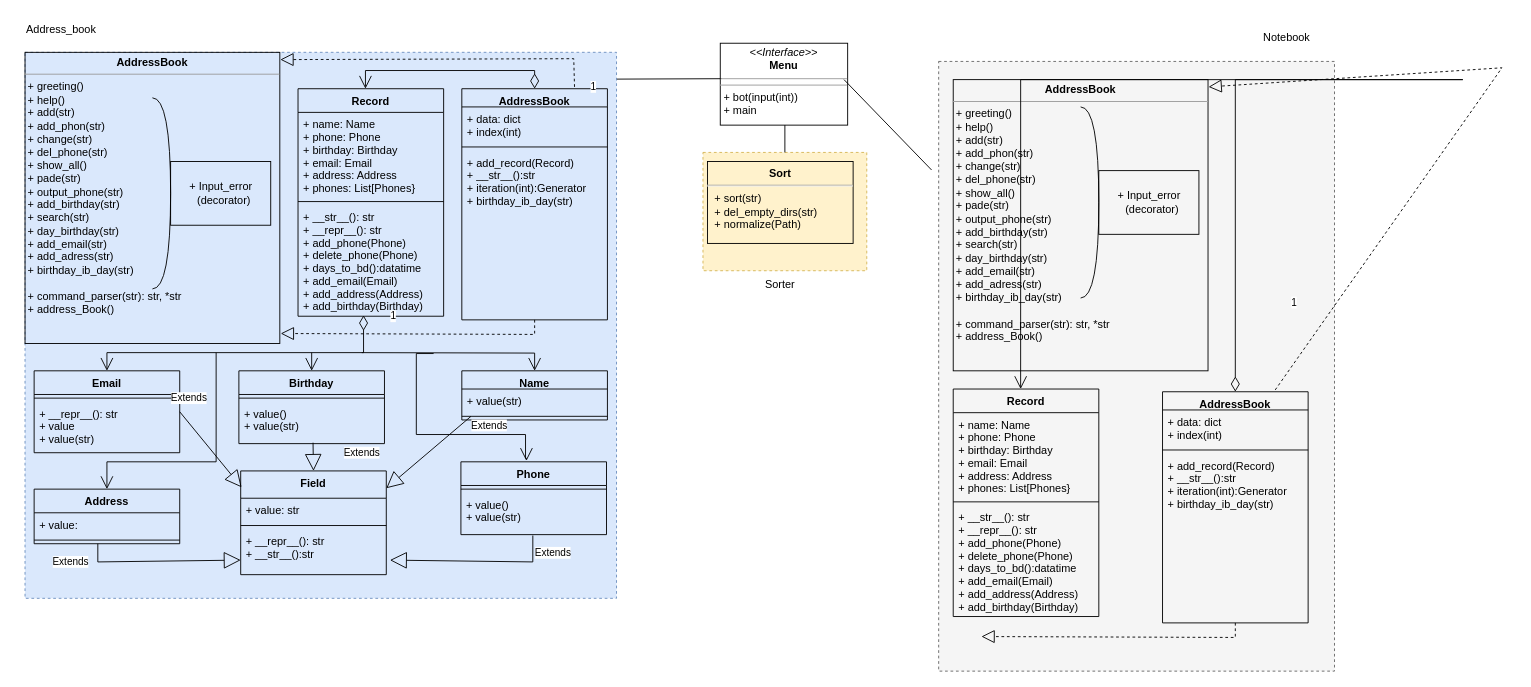
Before: Диаграмма без названия.drawio in shevtania/Project, a draw.io diagram. Source tidied: cells renumbered, new cells numbered last; positions are measured from the earlier drawing's top-left corner, leaving out a move shared by most shapes. Both pictures are drawn from the tidied source at 91%, with x=0, y=0 at pixel (25, 15).
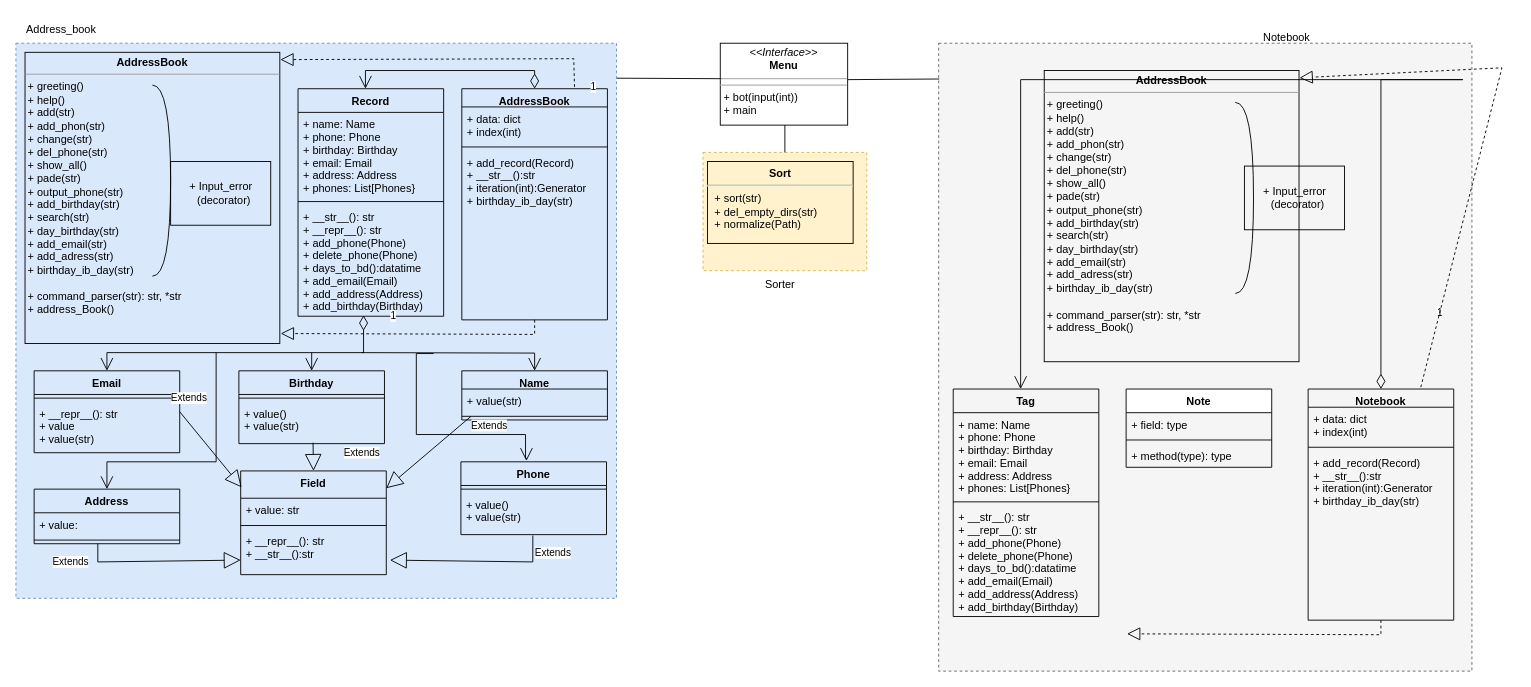
The same page after the edit.

The change refers to these unchanged cells:
```xml
<mxCell id="2" value="&lt;p style=&quot;margin:0px;margin-top:4px;text-align:center;&quot;&gt;&lt;i&gt;&amp;lt;&amp;lt;Interface&amp;gt;&amp;gt;&lt;/i&gt;&lt;br&gt;&lt;b&gt;Menu&lt;/b&gt;&lt;br&gt;&lt;/p&gt;&lt;hr size=&quot;1&quot;&gt;&lt;hr size=&quot;1&quot;&gt;&lt;p style=&quot;margin:0px;margin-left:4px;&quot;&gt;+ bot(input(int))&lt;br&gt;+ main&lt;br&gt;&lt;/p&gt;" style="verticalAlign=top;align=left;overflow=fill;fontSize=12;fontFamily=Helvetica;html=1;" parent="1" vertex="1">
  <mxGeometry x="764" y="30" width="140" height="90" as="geometry" />
</mxCell>
```

The edit, as a diff of the source:
```diff
@@
     <mxCell id="4" style="html=1;dashed=1;fillColor=#f5f5f5;fontColor=#333333;strokeColor=#666666;" parent="1" vertex="1">
-      <mxGeometry x="1004" y="50" width="435" height="670" as="geometry" />
+      <mxGeometry x="1004" y="30" width="586" height="690" as="geometry" />
     </mxCell>
@@
-    <mxCell id="6" style="endArrow=none;html=1;rounded=0;entryX=0.007;entryY=0.433;entryDx=0;entryDy=0;entryPerimeter=0;" parent="1" edge="1" target="2">
-      <mxGeometry relative="1" as="geometry">
-        <mxPoint x="510" y="70" as="sourcePoint" />
-      </mxGeometry>
+    <mxCell id="6" style="endArrow=none;html=1;rounded=0;entryX=0.007;entryY=0.433;entryDx=0;entryDy=0;entryPerimeter=0;exitX=0.999;exitY=0.063;exitDx=0;exitDy=0;exitPerimeter=0;" parent="1" edge="1" source="8" target="2">
+      <mxGeometry relative="1" as="geometry" />
     </mxCell>
-    <mxCell id="7" style="endArrow=none;html=1;rounded=0;entryX=-0.018;entryY=0.178;entryDx=0;entryDy=0;entryPerimeter=0;" parent="1" edge="1" target="4">
-      <mxGeometry relative="1" as="geometry">
-        <mxPoint x="900" y="70" as="sourcePoint" />
-      </mxGeometry>
-    </mxCell>
     <mxCell id="8" style="rounded=0;whiteSpace=wrap;html=1;dashed=1;fillColor=#dae8fc;strokeColor=#6c8ebf;" parent="1" vertex="1">
-      <mxGeometry y="40" width="650" height="600" as="geometry" />
+      <mxGeometry x="-10" y="30" width="660" height="610" as="geometry" />
     </mxCell>
@@
     <mxCell id="12" style="shape=requiredInterface;html=1;verticalLabelPosition=bottom;sketch=0;fillColor=none;" parent="1" vertex="1">
-      <mxGeometry x="140" y="90" width="20" height="210" as="geometry" />
+      <mxGeometry x="140" y="76" width="20" height="210" as="geometry" />
     </mxCell>
@@
     <mxCell id="55" value="&lt;p style=&quot;margin:0px;margin-top:4px;text-align:center;&quot;&gt;&lt;b&gt;AddressBook&lt;/b&gt;&lt;br&gt;&lt;/p&gt;&lt;hr size=&quot;1&quot;&gt;&lt;div&gt;&amp;nbsp;+ greeting()&lt;/div&gt;&lt;div&gt;&amp;nbsp;+ help()&lt;/div&gt;&lt;div&gt;&amp;nbsp;+ add(str)&lt;/div&gt;&lt;div&gt;&amp;nbsp;+ add_phon(str)&lt;/div&gt;&lt;div&gt;&amp;nbsp;+ change(str)&lt;/div&gt;&lt;div&gt;&amp;nbsp;+ del_phone(str)&lt;/div&gt;&lt;div&gt;&amp;nbsp;+ show_all()&lt;/div&gt;&lt;div&gt;&amp;nbsp;+ pade(str)&lt;/div&gt;&lt;div&gt;&amp;nbsp;+ output_phone(str)&lt;/div&gt;&lt;div&gt;&amp;nbsp;+ add_birthday(str)&lt;/div&gt;&lt;div&gt;&amp;nbsp;+ search(str)&lt;/div&gt;&lt;div&gt;&amp;nbsp;+ day_birthday(str)&lt;/div&gt;&lt;div&gt;&amp;nbsp;+ add_email(str)&lt;/div&gt;&lt;div&gt;&amp;nbsp;+ add_adress(str)&lt;/div&gt;&lt;div&gt;&amp;nbsp;+ birthday_ib_day(str)&lt;/div&gt;&lt;div&gt;&lt;br&gt;&lt;/div&gt;&lt;div&gt;&amp;nbsp;+ command_parser(str): str, *str&lt;/div&gt;&lt;div&gt;&amp;nbsp;+ address_Book()&lt;br&gt;&lt;/div&gt;&lt;div&gt;&lt;br&gt;&lt;/div&gt;&lt;div&gt;&lt;br&gt;&lt;/div&gt;" style="verticalAlign=top;align=left;overflow=fill;fontSize=12;fontFamily=Helvetica;html=1;fillColor=none;" parent="1" vertex="1">
-      <mxGeometry x="1020" y="70" width="280" height="320" as="geometry" />
+      <mxGeometry x="1120" y="60" width="280" height="320" as="geometry" />
     </mxCell>
     <mxCell id="56" value="&lt;div&gt;+ Input_error&lt;/div&gt;&lt;div&gt;&amp;nbsp; (decorator)&lt;/div&gt;" style="html=1;fillColor=none;" parent="1" vertex="1">
-      <mxGeometry x="1180" y="170" width="110" height="70" as="geometry" />
+      <mxGeometry x="1340" y="165" width="110" height="70" as="geometry" />
     </mxCell>
     <mxCell id="57" style="shape=requiredInterface;html=1;verticalLabelPosition=bottom;sketch=0;fillColor=none;" parent="1" vertex="1">
-      <mxGeometry x="1160" y="100" width="20" height="210" as="geometry" />
+      <mxGeometry x="1330" y="95" width="20" height="210" as="geometry" />
     </mxCell>
-    <mxCell id="58" value="Record" style="swimlane;fontStyle=1;align=center;verticalAlign=top;horizontal=1;startSize=26;fillColor=none;" parent="1" vertex="1">
+    <mxCell id="58" value="Tag" style="swimlane;fontStyle=1;align=center;verticalAlign=top;horizontal=1;startSize=26;fillColor=none;" parent="1" vertex="1">
       <mxGeometry x="1020" y="410" width="160" height="250" as="geometry" />
     </mxCell>
@@
-    <mxCell id="62" value="AddressBook" style="swimlane;fontStyle=1;align=center;verticalAlign=top;horizontal=1;startSize=20;fillColor=none;" parent="1" vertex="1">
-      <mxGeometry x="1250" y="413" width="160" height="254" as="geometry" />
+    <mxCell id="62" value="Notebook" style="swimlane;fontStyle=1;align=center;verticalAlign=top;horizontal=1;startSize=20;fillColor=none;" parent="1" vertex="1">
+      <mxGeometry x="1410" y="410" width="160" height="254" as="geometry" />
     </mxCell>
@@
+    <mxCell id="70" value="Note" style="swimlane;fontStyle=1;align=center;verticalAlign=top;horizontal=1;startSize=26;strokeColor=#000000;" parent="1" vertex="1">
+      <mxGeometry x="1210" y="410" width="160" height="86" as="geometry" />
+    </mxCell>
+    <mxCell id="71" value="+ field: type" style="text;strokeColor=none;fillColor=none;align=left;verticalAlign=top;spacingLeft=4;spacingRight=4;overflow=hidden;" parent="70" vertex="1">
+      <mxGeometry y="26" width="160" height="26" as="geometry" />
+    </mxCell>
+    <mxCell id="72" style="line;strokeWidth=1;fillColor=none;align=left;verticalAlign=middle;spacingTop=-1;spacingLeft=3;spacingRight=3;labelPosition=right;strokeColor=inherit;" parent="70" vertex="1">
+      <mxGeometry y="52" width="160" height="8" as="geometry" />
+    </mxCell>
+    <mxCell id="73" value="+ method(type): type" style="text;strokeColor=none;fillColor=none;align=left;verticalAlign=top;spacingLeft=4;spacingRight=4;overflow=hidden;" parent="70" vertex="1">
+      <mxGeometry y="60" width="160" height="26" as="geometry" />
+    </mxCell>
+    <mxCell id="74" style="endArrow=none;html=1;rounded=0;exitX=0.999;exitY=0.063;exitDx=0;exitDy=0;exitPerimeter=0;entryX=0.001;entryY=0.057;entryDx=0;entryDy=0;entryPerimeter=0;" parent="1" edge="1" target="4">
+      <mxGeometry relative="1" as="geometry">
+        <mxPoint x="904" y="70" as="sourcePoint" />
+      </mxGeometry>
+    </mxCell>
```
